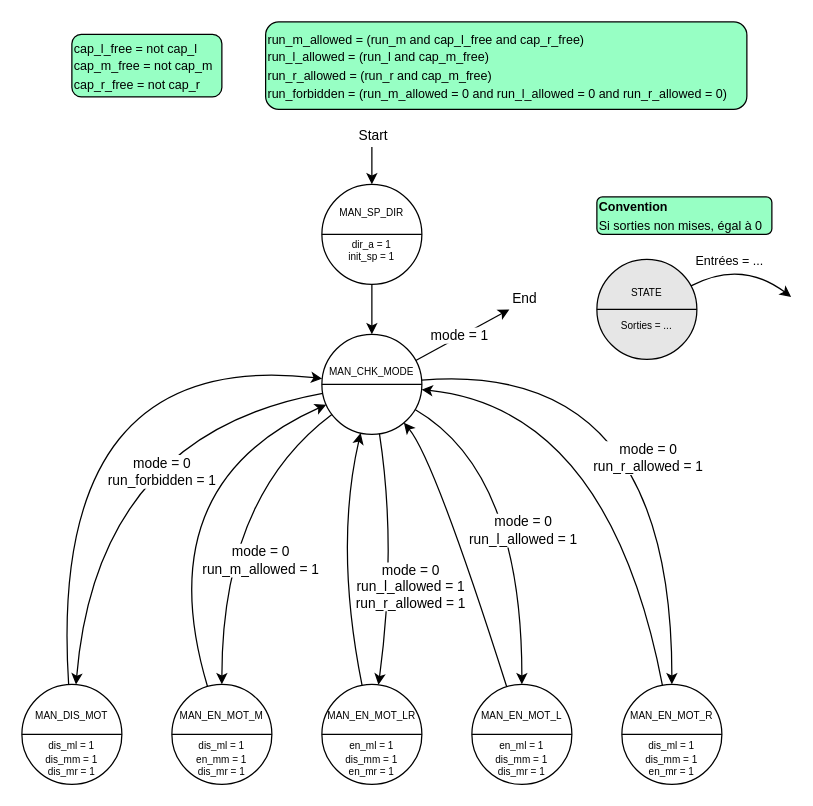
Above: doc/diags/state_manual_sequence.drawio in Schokiiiiiiii/csn26 (draw.io), before the change. Source tidied: cells renumbered, new cells numbered last; positions are measured from the earlier drawing's top-left corner, leaving out a move shared by most shapes. Both pictures are drawn from the tidied source at 125%, with x=0, y=0 at pixel (21, 21).
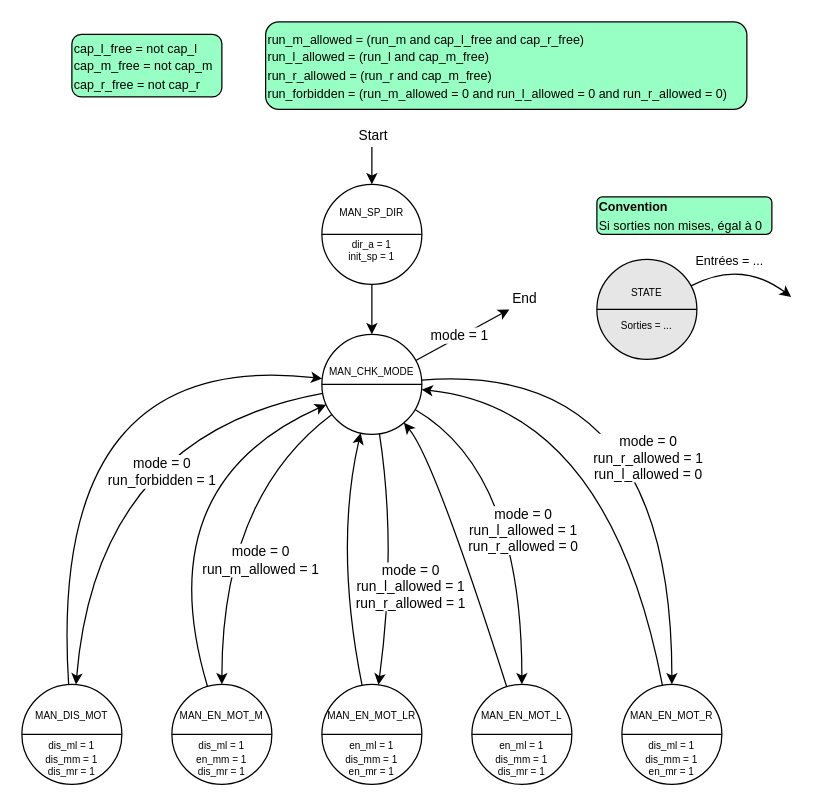
The same diagram, later.

Unchanged cells that the change refers to:
```xml
<mxCell id="30" style="curved=1;endArrow=classic;html=1;rounded=0;" parent="1" edge="1" source="13" target="22">
  <mxGeometry relative="1" as="geometry">
    <Array as="points">
      <mxPoint x="400" y="360" />
    </Array>
  </mxGeometry>
</mxCell>
<mxCell id="32" style="curved=1;endArrow=classic;html=1;rounded=0;" parent="1" edge="1" source="13" target="26">
  <mxGeometry relative="1" as="geometry">
    <Array as="points">
      <mxPoint x="520" y="270" />
    </Array>
  </mxGeometry>
</mxCell>
```

Diff of the diagram source:
```diff
@@
-    <mxCell id="31" value="&lt;div&gt;mode = 0&lt;/div&gt;run_l_allowed = 1" style="edgeLabel;html=1;align=center;verticalAlign=middle;" parent="30" vertex="1">
+    <mxCell id="31" value="&lt;div&gt;mode = 0&lt;/div&gt;run_l_allowed = 1&lt;div&gt;run_r_allowed = 0&lt;/div&gt;" style="edgeLabel;html=1;align=center;verticalAlign=middle;" parent="30" vertex="1">
       <mxGeometry x="0.08" y="-14" relative="1" as="geometry">
         <mxPoint x="14" as="offset" />
       </mxGeometry>
     </mxCell>
@@
-    <mxCell id="33" value="&lt;div&gt;mode = 0&lt;/div&gt;run_r_allowed = 1" style="edgeLabel;html=1;align=center;verticalAlign=middle;" parent="32" vertex="1">
+    <mxCell id="33" value="&lt;div&gt;mode = 0&lt;/div&gt;run_r_allowed = 1&lt;div&gt;run_l_allowed = 0&lt;/div&gt;" style="edgeLabel;html=1;align=center;verticalAlign=middle;" parent="32" vertex="1">
       <mxGeometry x="0.23" y="-39" relative="1" as="geometry">
         <mxPoint x="19" y="-4" as="offset" />
       </mxGeometry>
     </mxCell>
```
